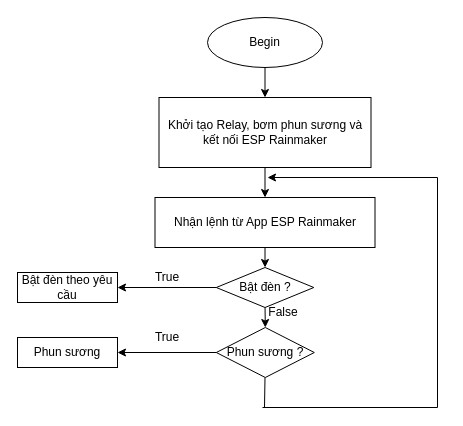
The draw.io diagram page "Page-3" (3 of 3) of home.drawio in 106210049/Smart-home, before the edit. Source tidied: cells renumbered, new cells numbered last; positions are measured from the earlier drawing's top-left corner, leaving out a move shared by most shapes. Both pictures are drawn from the tidied source at 100%, with x=0, y=0 at pixel (17, 17).
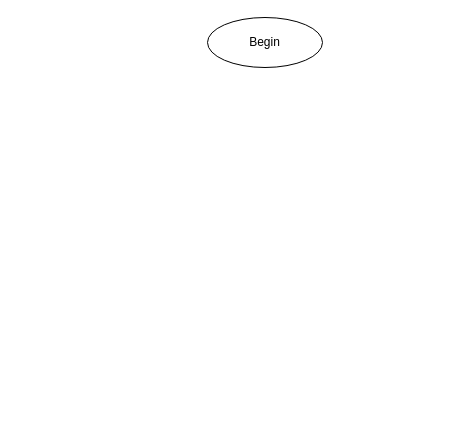
The same page after the edit.

The change refers to these unchanged cells:
```xml
<mxCell id="3" value="Begin" style="ellipse;whiteSpace=wrap;html=1;" parent="1" vertex="1">
  <mxGeometry x="190" width="115" height="50" as="geometry" />
</mxCell>
```

What changed in the source:
```diff
@@
-    <mxCell id="2" style="edgeStyle=orthogonalEdgeStyle;rounded=0;jettySize=auto;html=1;exitX=0.5;exitY=1;exitDx=0;exitDy=0;entryX=0.5;entryY=0;entryDx=0;entryDy=0;" parent="1" edge="1" source="3" target="5">
-      <mxGeometry relative="1" as="geometry" />
-    </mxCell>
@@
-    <mxCell id="4" style="edgeStyle=orthogonalEdgeStyle;rounded=0;jettySize=auto;html=1;exitX=0.5;exitY=1;exitDx=0;exitDy=0;entryX=0.5;entryY=0;entryDx=0;entryDy=0;" parent="1" edge="1" source="5" target="7">
-      <mxGeometry relative="1" as="geometry" />
-    </mxCell>
-    <mxCell id="5" value="Khởi tạo Relay, bơm phun sương và kết nối ESP Rainmaker" style="rounded=0;whiteSpace=wrap;html=1;" parent="1" vertex="1">
-      <mxGeometry x="141.5" y="80" width="212" height="70" as="geometry" />
-    </mxCell>
-    <mxCell id="6" style="edgeStyle=orthogonalEdgeStyle;rounded=0;jettySize=auto;html=1;exitX=0.5;exitY=1;exitDx=0;exitDy=0;entryX=0.5;entryY=0;entryDx=0;entryDy=0;" parent="1" edge="1" source="7" target="10">
-      <mxGeometry relative="1" as="geometry" />
-    </mxCell>
-    <mxCell id="7" value="Nhận lệnh từ App ESP Rainmaker" style="rounded=0;whiteSpace=wrap;html=1;" parent="1" vertex="1">
-      <mxGeometry x="137.5" y="180" width="220" height="50" as="geometry" />
-    </mxCell>
-    <mxCell id="8" style="edgeStyle=orthogonalEdgeStyle;rounded=0;jettySize=auto;html=1;exitX=0;exitY=0.5;exitDx=0;exitDy=0;entryX=1;entryY=0.5;entryDx=0;entryDy=0;" parent="1" edge="1" source="10" target="11">
-      <mxGeometry relative="1" as="geometry" />
-    </mxCell>
-    <mxCell id="9" style="edgeStyle=orthogonalEdgeStyle;rounded=0;jettySize=auto;html=1;exitX=0.5;exitY=1;exitDx=0;exitDy=0;entryX=0.5;entryY=0;entryDx=0;entryDy=0;" parent="1" edge="1" source="10" target="14">
-      <mxGeometry relative="1" as="geometry" />
-    </mxCell>
-    <mxCell id="10" value="Bật đèn ?" style="rhombus;whiteSpace=wrap;html=1;" parent="1" vertex="1">
-      <mxGeometry x="198.8" y="250" width="97.5" height="40" as="geometry" />
-    </mxCell>
-    <mxCell id="11" value="Bật đèn theo yêu cầu" style="rounded=0;whiteSpace=wrap;html=1;" parent="1" vertex="1">
-      <mxGeometry y="255" width="100" height="30" as="geometry" />
-    </mxCell>
-    <mxCell id="12" value="True" style="text;strokeColor=none;align=center;fillColor=none;html=1;verticalAlign=middle;whiteSpace=wrap;rounded=0;" parent="1" vertex="1">
-      <mxGeometry x="120" y="250" width="60" height="20" as="geometry" />
-    </mxCell>
-    <mxCell id="13" style="edgeStyle=orthogonalEdgeStyle;rounded=0;jettySize=auto;html=1;exitX=0;exitY=0.5;exitDx=0;exitDy=0;entryX=1;entryY=0.5;entryDx=0;entryDy=0;" parent="1" edge="1" source="14" target="15">
-      <mxGeometry relative="1" as="geometry" />
-    </mxCell>
-    <mxCell id="14" value="Phun sương ?" style="rhombus;whiteSpace=wrap;html=1;" parent="1" vertex="1">
-      <mxGeometry x="198.8" y="310" width="98" height="50" as="geometry" />
-    </mxCell>
-    <mxCell id="15" value="Phun sương" style="rounded=0;whiteSpace=wrap;html=1;" parent="1" vertex="1">
-      <mxGeometry y="320" width="100" height="30" as="geometry" />
-    </mxCell>
-    <mxCell id="16" value="True" style="text;strokeColor=none;align=center;fillColor=none;html=1;verticalAlign=middle;whiteSpace=wrap;rounded=0;" parent="1" vertex="1">
-      <mxGeometry x="120" y="310" width="60" height="20" as="geometry" />
-    </mxCell>
-    <mxCell id="17" value="False" style="text;strokeColor=none;align=center;fillColor=none;html=1;verticalAlign=middle;whiteSpace=wrap;rounded=0;" parent="1" vertex="1">
-      <mxGeometry x="236.2" y="285" width="60" height="20" as="geometry" />
-    </mxCell>
-    <mxCell id="18" style="endArrow=none;html=1;rounded=0;" parent="1" edge="1">
-      <mxGeometry relative="1" as="geometry">
-        <mxPoint x="247" y="390" as="sourcePoint" />
-        <mxPoint x="247.5" y="360" as="targetPoint" />
-      </mxGeometry>
-    </mxCell>
-    <mxCell id="19" style="endArrow=none;html=1;rounded=0;" parent="1" edge="1">
-      <mxGeometry relative="1" as="geometry">
-        <mxPoint x="245" y="390" as="sourcePoint" />
-        <mxPoint x="420" y="390" as="targetPoint" />
-      </mxGeometry>
-    </mxCell>
-    <mxCell id="20" style="endArrow=none;html=1;rounded=0;" parent="1" edge="1">
-      <mxGeometry relative="1" as="geometry">
-        <mxPoint x="420" y="390" as="sourcePoint" />
-        <mxPoint x="420" y="160" as="targetPoint" />
-      </mxGeometry>
-    </mxCell>
-    <mxCell id="21" style="endArrow=classic;html=1;rounded=0;" parent="1" edge="1">
-      <mxGeometry relative="1" as="geometry">
-        <mxPoint x="420" y="160" as="sourcePoint" />
-        <mxPoint x="250" y="160" as="targetPoint" />
-      </mxGeometry>
-    </mxCell>
```
